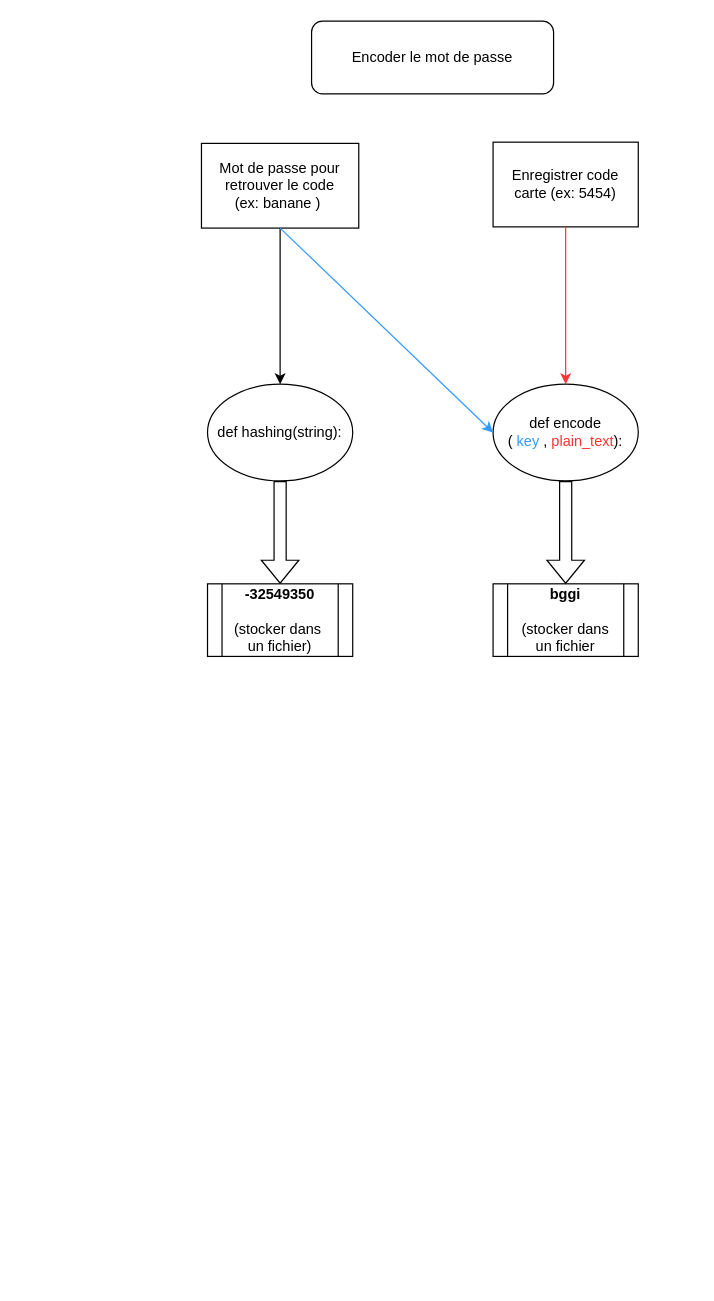
Above: Projet 3/crypto_diagramme.drawio in thomasdevl/P3_RasberryPi (draw.io), before the change. Source tidied: cells renumbered, new cells numbered last; positions are measured from the earlier drawing's top-left corner, leaving out a move shared by most shapes. Both pictures are drawn from the tidied source at 121%, with x=0, y=0 at pixel (201, 21).
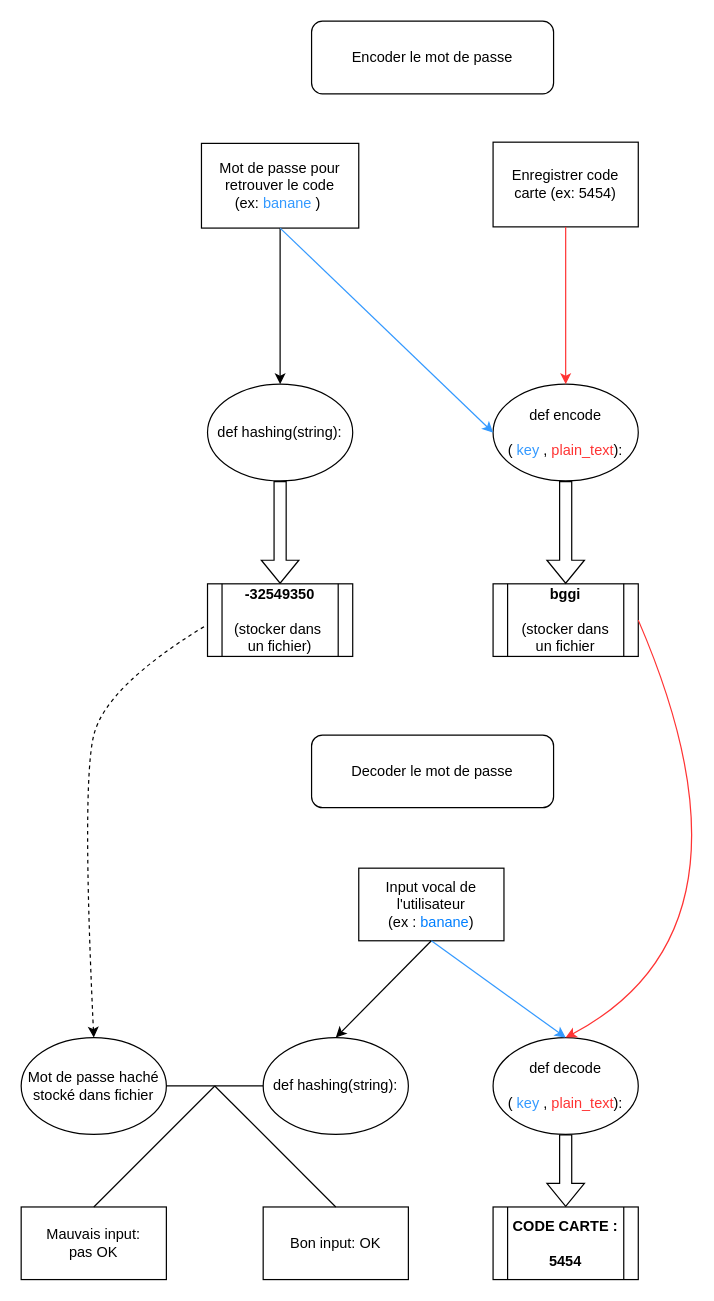
After the change.

The change refers to these unchanged cells:
```xml
<mxCell id="11" value="&lt;font color=&quot;#000000&quot;&gt;&lt;b&gt;-32549350&lt;/b&gt;&lt;br&gt;&lt;br&gt;(stocker dans&amp;nbsp;&lt;br&gt;un fichier)&lt;br&gt;&lt;/font&gt;" style="shape=process;whiteSpace=wrap;html=1;backgroundOutline=1;fontColor=#FF3333;" parent="1" vertex="1">
  <mxGeometry x="5" y="465" width="120" height="60" as="geometry" />
</mxCell>
<mxCell id="12" value="&lt;font color=&quot;#000000&quot;&gt;&lt;b&gt;bggi&lt;/b&gt;&lt;br&gt;&lt;br&gt;(stocker dans&lt;br&gt;un fichier&lt;br&gt;&lt;/font&gt;" style="shape=process;whiteSpace=wrap;html=1;backgroundOutline=1;fontColor=#FF3333;" parent="1" vertex="1">
  <mxGeometry x="241" y="465" width="120" height="60" as="geometry" />
</mxCell>
```

What changed in the source:
```diff
@@
-    <mxCell id="3" value="&lt;span style=&quot;font-size: 9pt ; font-family: &amp;#34;arialmt&amp;#34;&quot;&gt;Mot de passe pour&lt;br&gt;&lt;/span&gt;&lt;span style=&quot;font-size: 9pt ; font-family: &amp;#34;arialmt&amp;#34;&quot;&gt;retrouver le code&lt;br&gt;&lt;/span&gt;&lt;span style=&quot;font-size: 9pt ; font-family: &amp;#34;arialmt&amp;#34;&quot;&gt;(ex: banane )&amp;nbsp;&lt;/span&gt;" style="rounded=0;whiteSpace=wrap;html=1;" parent="1" vertex="1">
+    <mxCell id="3" value="&lt;span style=&quot;font-size: 9pt ; font-family: &amp;#34;arialmt&amp;#34;&quot;&gt;Mot de passe pour&lt;br&gt;&lt;/span&gt;&lt;span style=&quot;font-size: 9pt ; font-family: &amp;#34;arialmt&amp;#34;&quot;&gt;retrouver le code&lt;br&gt;&lt;/span&gt;&lt;span style=&quot;font-size: 9pt ; font-family: &amp;#34;arialmt&amp;#34;&quot;&gt;(ex: &lt;font color=&quot;#3399ff&quot;&gt;banane &lt;/font&gt;)&amp;nbsp;&lt;/span&gt;" style="rounded=0;whiteSpace=wrap;html=1;" parent="1" vertex="1">
       <mxGeometry y="101" width="130" height="70" as="geometry" />
     </mxCell>
@@
-    <mxCell id="6" value="def encode&lt;br&gt;( &lt;font color=&quot;#3399ff&quot;&gt;key&lt;/font&gt; , &lt;font color=&quot;#ff3333&quot;&gt;plain_text&lt;/font&gt;):" style="ellipse;whiteSpace=wrap;html=1;" parent="1" vertex="1">
+    <mxCell id="6" value="def encode&lt;br&gt;&lt;br&gt;( &lt;font color=&quot;#3399ff&quot;&gt;key&lt;/font&gt; , &lt;font color=&quot;#ff3333&quot;&gt;plain_text&lt;/font&gt;):" style="ellipse;whiteSpace=wrap;html=1;" parent="1" vertex="1">
       <mxGeometry x="241" y="300" width="120" height="80" as="geometry" />
     </mxCell>
@@
+    <mxCell id="14" value="Decoder le mot de passe" style="rounded=1;whiteSpace=wrap;html=1;" parent="1" vertex="1">
+      <mxGeometry x="91" y="590" width="200" height="60" as="geometry" />
+    </mxCell>
+    <mxCell id="15" value="Input vocal de l'utilisateur&lt;br&gt;(ex&amp;nbsp;: &lt;font color=&quot;#007fff&quot;&gt;banane&lt;/font&gt;)" style="rounded=0;whiteSpace=wrap;html=1;fontColor=#000000;" parent="1" vertex="1">
+      <mxGeometry x="130" y="700" width="120" height="60" as="geometry" />
+    </mxCell>
+    <mxCell id="16" value="def hashing(string):" style="ellipse;whiteSpace=wrap;html=1;" parent="1" vertex="1">
+      <mxGeometry x="51" y="840" width="120" height="80" as="geometry" />
+    </mxCell>
+    <mxCell id="17" style="endArrow=classic;html=1;rounded=0;fontColor=#007FFF;strokeColor=#000000;entryX=0.5;entryY=0;entryDx=0;entryDy=0;exitX=0.5;exitY=1;exitDx=0;exitDy=0;" parent="1" edge="1" source="15" target="16">
+      <mxGeometry relative="1" as="geometry" />
+    </mxCell>
+    <mxCell id="18" value="Mot de passe haché stocké dans fichier" style="ellipse;whiteSpace=wrap;html=1;" parent="1" vertex="1">
+      <mxGeometry x="-149" y="840" width="120" height="80" as="geometry" />
+    </mxCell>
+    <mxCell id="19" style="endArrow=none;html=1;rounded=0;fontColor=#007FFF;strokeColor=#000000;curved=1;elbow=vertical;exitX=1;exitY=0.5;exitDx=0;exitDy=0;entryX=0;entryY=0.5;entryDx=0;entryDy=0;" parent="1" edge="1" source="18" target="16">
+      <mxGeometry relative="1" as="geometry" />
+    </mxCell>
+    <mxCell id="20" value="&lt;font color=&quot;#000000&quot;&gt;Mauvais input:&lt;br&gt;pas OK&lt;/font&gt;" style="rounded=0;whiteSpace=wrap;html=1;fontColor=#007FFF;" parent="1" vertex="1">
+      <mxGeometry x="-149" y="980" width="120" height="60" as="geometry" />
+    </mxCell>
+    <mxCell id="21" value="&lt;font color=&quot;#000000&quot;&gt;Bon input: OK&lt;/font&gt;" style="rounded=0;whiteSpace=wrap;html=1;fontColor=#007FFF;" parent="1" vertex="1">
+      <mxGeometry x="51" y="980" width="120" height="60" as="geometry" />
+    </mxCell>
+    <mxCell id="22" style="endArrow=none;html=1;rounded=0;fontColor=#000000;strokeColor=#000000;curved=1;elbow=vertical;exitX=0.5;exitY=0;exitDx=0;exitDy=0;" parent="1" edge="1" source="20">
+      <mxGeometry relative="1" as="geometry">
+        <mxPoint x="11" y="880" as="targetPoint" />
+      </mxGeometry>
+    </mxCell>
+    <mxCell id="23" style="endArrow=none;html=1;rounded=0;fontColor=#000000;strokeColor=#000000;curved=1;elbow=vertical;entryX=0.5;entryY=0;entryDx=0;entryDy=0;" parent="1" edge="1" target="21">
+      <mxGeometry relative="1" as="geometry">
+        <mxPoint x="11" y="880" as="sourcePoint" />
+      </mxGeometry>
+    </mxCell>
+    <mxCell id="24" value="def decode&lt;br&gt;&lt;br&gt;( &lt;font color=&quot;#3399ff&quot;&gt;key&lt;/font&gt; , &lt;font color=&quot;#ff3333&quot;&gt;plain_text&lt;/font&gt;):" style="ellipse;whiteSpace=wrap;html=1;" parent="1" vertex="1">
+      <mxGeometry x="241" y="840" width="120" height="80" as="geometry" />
+    </mxCell>
+    <mxCell id="25" style="endArrow=classic;html=1;rounded=0;fontColor=#FF3333;exitX=0.5;exitY=1;exitDx=0;exitDy=0;entryX=0.5;entryY=0;entryDx=0;entryDy=0;strokeColor=#3399FF;" parent="1" edge="1" source="15" target="24">
+      <mxGeometry relative="1" as="geometry" />
+    </mxCell>
+    <mxCell id="26" style="curved=1;endArrow=classic;html=1;rounded=0;fontColor=#000000;strokeColor=#FF3333;elbow=vertical;entryX=0.5;entryY=0;entryDx=0;entryDy=0;exitX=1;exitY=0.5;exitDx=0;exitDy=0;" parent="1" edge="1" source="12" target="24">
+      <mxGeometry relative="1" as="geometry">
+        <Array as="points">
+          <mxPoint x="471" y="750" />
+        </Array>
+      </mxGeometry>
+    </mxCell>
+    <mxCell id="27" style="curved=1;endArrow=classic;html=1;rounded=0;fontColor=#000000;strokeColor=#000000;elbow=vertical;dashed=1;entryX=0.5;entryY=0;entryDx=0;entryDy=0;exitX=-0.024;exitY=0.59;exitDx=0;exitDy=0;exitPerimeter=0;" parent="1" edge="1" source="11" target="18">
+      <mxGeometry relative="1" as="geometry">
+        <Array as="points">
+          <mxPoint x="-79" y="550" />
+          <mxPoint x="-99" y="630" />
+        </Array>
+      </mxGeometry>
+    </mxCell>
+    <mxCell id="28" style="shape=flexArrow;endArrow=classic;html=1;rounded=0;fontColor=#000000;strokeColor=#000000;curved=1;elbow=vertical;exitX=0.5;exitY=1;exitDx=0;exitDy=0;" parent="1" edge="1" source="24">
+      <mxGeometry relative="1" as="geometry">
+        <mxPoint x="301" y="980" as="targetPoint" />
+      </mxGeometry>
+    </mxCell>
+    <mxCell id="29" value="&lt;b&gt;CODE CARTE&amp;nbsp;:&lt;br&gt;&lt;br&gt;5454&lt;/b&gt;" style="shape=process;whiteSpace=wrap;html=1;backgroundOutline=1;fontColor=#000000;" parent="1" vertex="1">
+      <mxGeometry x="241" y="980" width="120" height="60" as="geometry" />
+    </mxCell>
```
